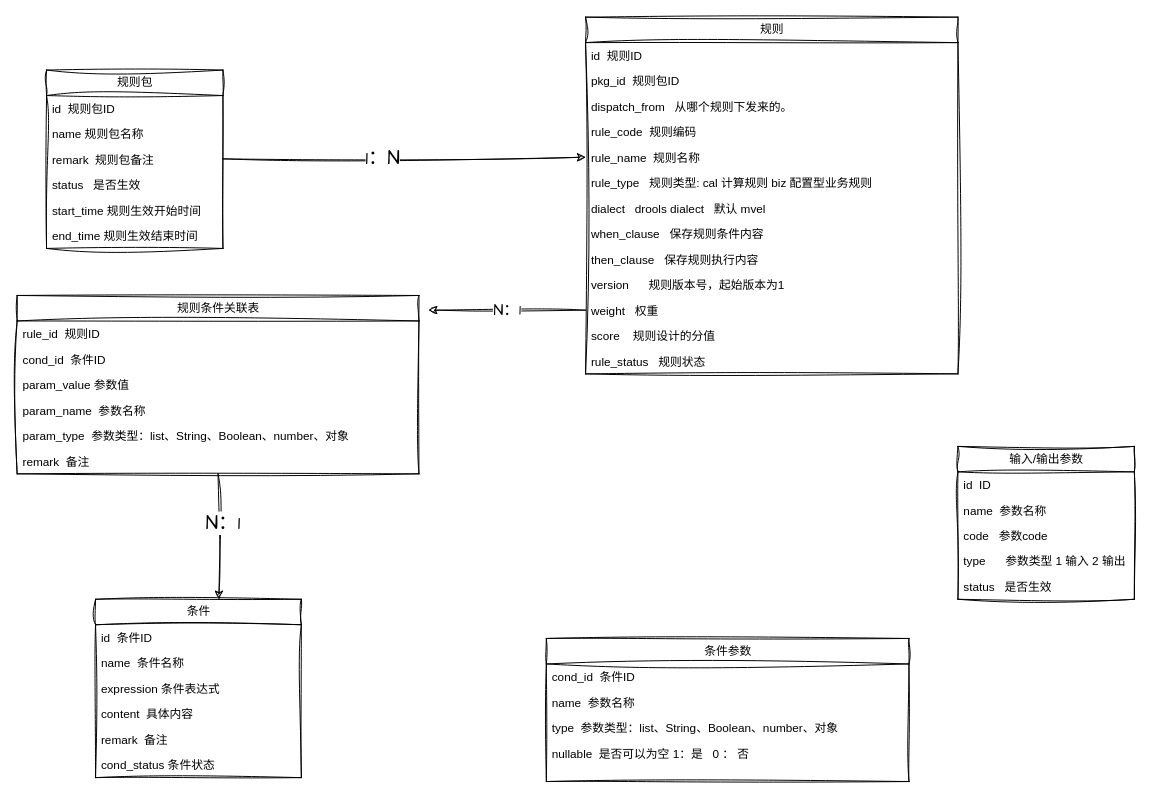
wllpeter/picture keeps this draw.io diagram as drawio/rule_engine/model_engine .drawio. Above is the earlier version. Source tidied: cells renumbered, new cells numbered last; positions are measured from the earlier drawing's top-left corner, leaving out a move shared by most shapes. Both pictures are drawn from the tidied source at 98%, with x=0, y=0 at pixel (17, 17).
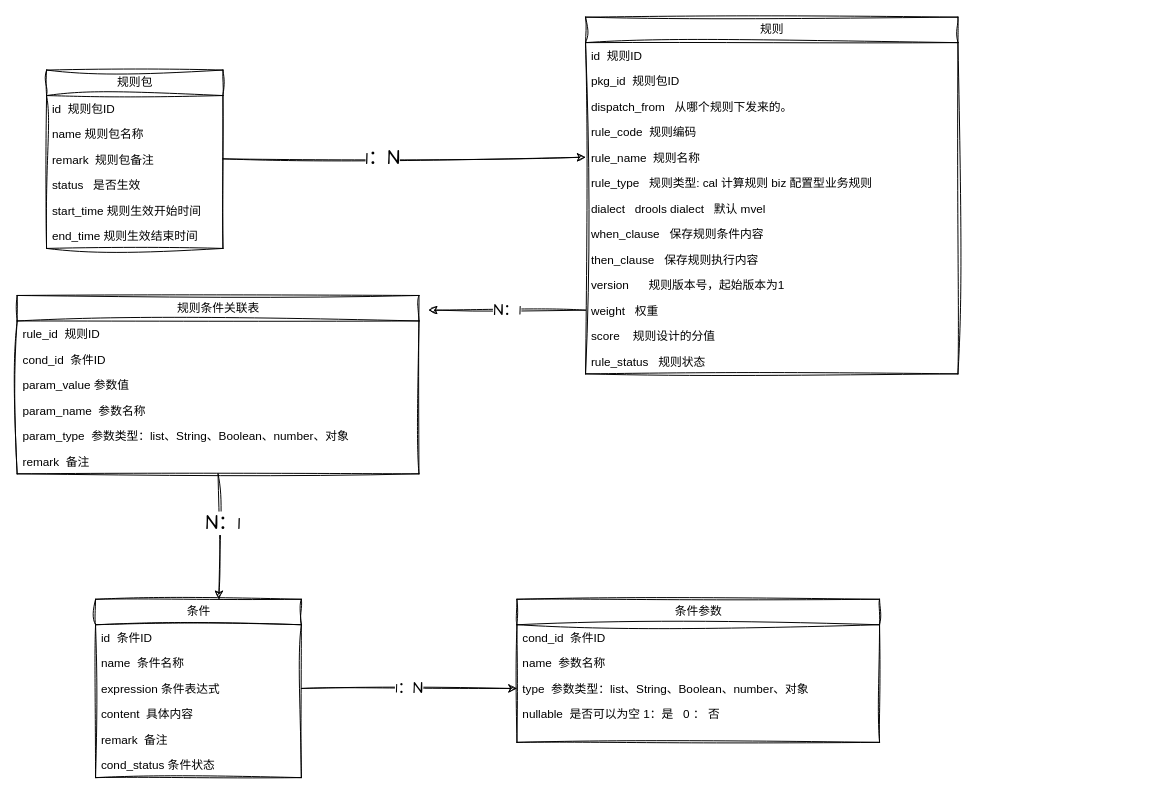
After the change.

Commit message (it also covers changes not shown here):
规则引擎模型

Unchanged cells that the change refers to:
```xml
<mxCell id="26" value="expression 条件表达式" style="text;strokeColor=none;fillColor=none;align=left;verticalAlign=top;spacingLeft=4;spacingRight=4;overflow=hidden;points=[[0,0.5],[1,0.5]];portConstraint=eastwest;whiteSpace=wrap;html=1;sketch=1;curveFitting=1;jiggle=2;" parent="23" vertex="1">
  <mxGeometry y="78" width="210" height="26" as="geometry" />
</mxCell>
<mxCell id="39" value="type&amp;nbsp; 参数类型：list、String、Boolean、number、对象" style="text;strokeColor=none;fillColor=none;align=left;verticalAlign=top;spacingLeft=4;spacingRight=4;overflow=hidden;points=[[0,0.5],[1,0.5]];portConstraint=eastwest;whiteSpace=wrap;html=1;sketch=1;curveFitting=1;jiggle=2;" parent="36" vertex="1">
  <mxGeometry y="78" width="370" height="26" as="geometry" />
</mxCell>
```

What changed in the source:
```diff
@@
-    <mxCell id="30" value="输入/输出参数" style="swimlane;fontStyle=0;horizontal=1;startSize=26;fillColor=none;html=1;sketch=1;curveFitting=1;jiggle=2;" parent="1" vertex="1">
-      <mxGeometry x="960" y="438" width="180" height="156" as="geometry" />
-    </mxCell>
-    <mxCell id="31" value="id&amp;nbsp; ID" style="text;strokeColor=none;fillColor=none;align=left;verticalAlign=top;spacingLeft=4;spacingRight=4;overflow=hidden;whiteSpace=wrap;html=1;sketch=1;curveFitting=1;jiggle=2;" parent="30" vertex="1">
-      <mxGeometry y="26" width="180" height="26" as="geometry" />
-    </mxCell>
-    <mxCell id="32" value="name&amp;nbsp; 参数名称" style="text;strokeColor=none;fillColor=none;align=left;verticalAlign=top;spacingLeft=4;spacingRight=4;overflow=hidden;whiteSpace=wrap;html=1;sketch=1;curveFitting=1;jiggle=2;" parent="30" vertex="1">
-      <mxGeometry y="52" width="180" height="26" as="geometry" />
-    </mxCell>
-    <mxCell id="33" value="code&amp;nbsp; &amp;nbsp;参数code" style="text;strokeColor=none;fillColor=none;align=left;verticalAlign=top;spacingLeft=4;spacingRight=4;overflow=hidden;whiteSpace=wrap;html=1;sketch=1;curveFitting=1;jiggle=2;" parent="30" vertex="1">
-      <mxGeometry y="78" width="180" height="26" as="geometry" />
-    </mxCell>
-    <mxCell id="34" value="type&amp;nbsp; &amp;nbsp; &amp;nbsp; 参数类型 1 输入 2 输出" style="text;strokeColor=none;fillColor=none;align=left;verticalAlign=top;spacingLeft=4;spacingRight=4;overflow=hidden;whiteSpace=wrap;html=1;sketch=1;curveFitting=1;jiggle=2;" parent="30" vertex="1">
-      <mxGeometry y="104" width="180" height="26" as="geometry" />
-    </mxCell>
-    <mxCell id="35" value="status&amp;nbsp; &amp;nbsp;是否生效" style="text;strokeColor=none;fillColor=none;align=left;verticalAlign=top;spacingLeft=4;spacingRight=4;overflow=hidden;whiteSpace=wrap;html=1;sketch=1;curveFitting=1;jiggle=2;" parent="30" vertex="1">
-      <mxGeometry y="130" width="180" height="26" as="geometry" />
-    </mxCell>
     <mxCell id="36" value="条件参数" style="swimlane;fontStyle=0;horizontal=1;startSize=26;fillColor=none;html=1;sketch=1;curveFitting=1;jiggle=2;" parent="1" vertex="1">
-      <mxGeometry x="540" y="634" width="370" height="146" as="geometry" />
+      <mxGeometry x="510" y="594" width="370" height="146" as="geometry" />
     </mxCell>
@@
+    <mxCell id="53" value="1：N" style="edgeStyle=none;sketch=1;hachureGap=4;jiggle=2;curveFitting=1;html=1;entryX=0;entryY=0.5;entryDx=0;entryDy=0;fontFamily=Architects Daughter;fontSize=16;" parent="1" edge="1" source="26" target="39">
+      <mxGeometry relative="1" as="geometry" />
+    </mxCell>
```
